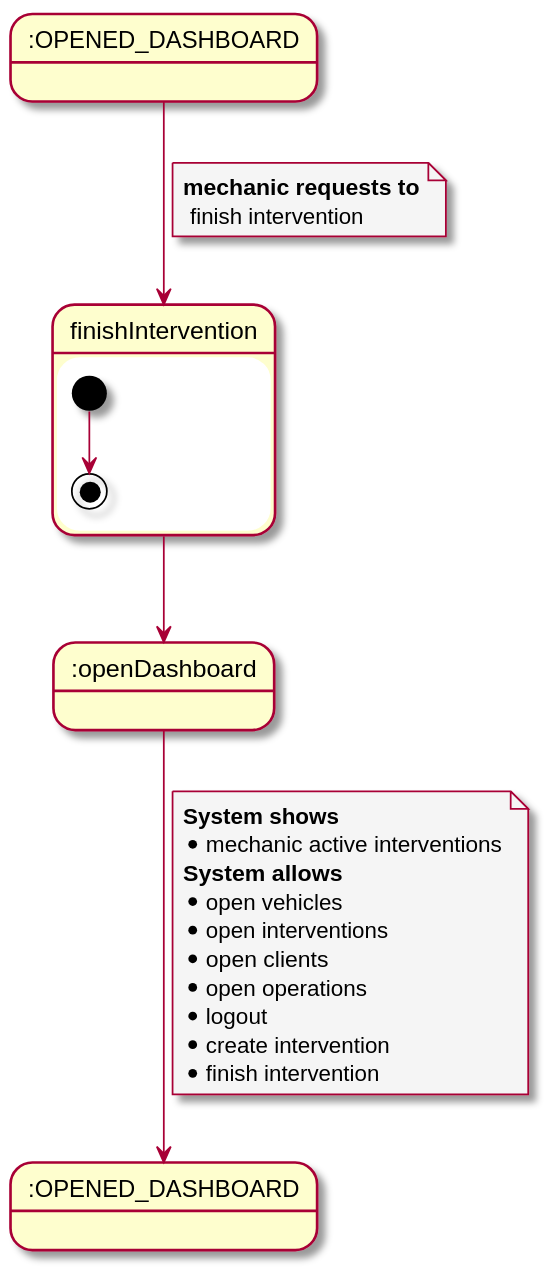
Before: documentation/1usecasesview/usecasesspecification/svg/finishIntervention.svg, a diagram exported from PlantUML (Ruskab/agrimManager). Its diagram source:
```plantuml
@startuml
skinparam {
    NoteBackgroundColor #whiteSmoke
}

state initState as ":OPENED_DASHBOARD"
state openDashboard as ":openDashboard"
state OPENED_DASHBOARD as ":OPENED_DASHBOARD"

initState --> finishIntervention
note on link
    <b>mechanic requests to</b>
     finish intervention
end note

state finishIntervention{
    [*] --> [*]
}

finishIntervention --> openDashboard

openDashboard --> OPENED_DASHBOARD
note on link
<b>System shows</b>
* mechanic active interventions
<b>System allows</b>
* open vehicles
* open interventions
* open clients
* open operations
* logout
* create intervention
* finish intervention
end note

@enduml
```
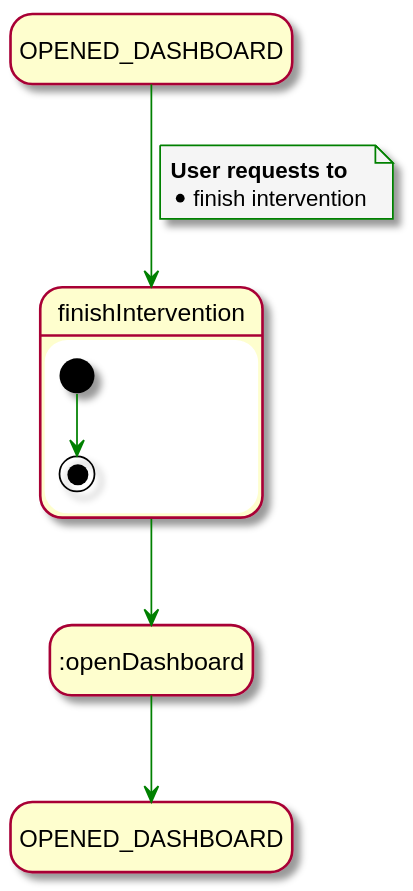
Later version of the same file.

Change to the diagram source:
```diff
@@ -1,36 +1,29 @@
 @startuml
+
 skinparam {
     NoteBackgroundColor #whiteSmoke
+    ArrowColor #green
+    NoteBorderColor #green
+    linetype polyline
 }
 
-state initState as ":OPENED_DASHBOARD"
+hide empty description
+
+state initState as "OPENED_DASHBOARD"
 state openDashboard as ":openDashboard"
-state OPENED_DASHBOARD as ":OPENED_DASHBOARD"
+state OPENED_DASHBOARD as "OPENED_DASHBOARD"
 
 initState --> finishIntervention
 note on link
-    <b>mechanic requests to</b>
-     finish intervention
+<b>User requests to</b>
+* finish intervention
 end note
 
-state finishIntervention{
+state finishIntervention {
     [*] --> [*]
 }
 
 finishIntervention --> openDashboard
 
 openDashboard --> OPENED_DASHBOARD
-note on link
-<b>System shows</b>
-* mechanic active interventions
-<b>System allows</b>
-* open vehicles
-* open interventions
-* open clients
-* open operations
-* logout
-* create intervention
-* finish intervention
-end note
-
 @enduml
```
